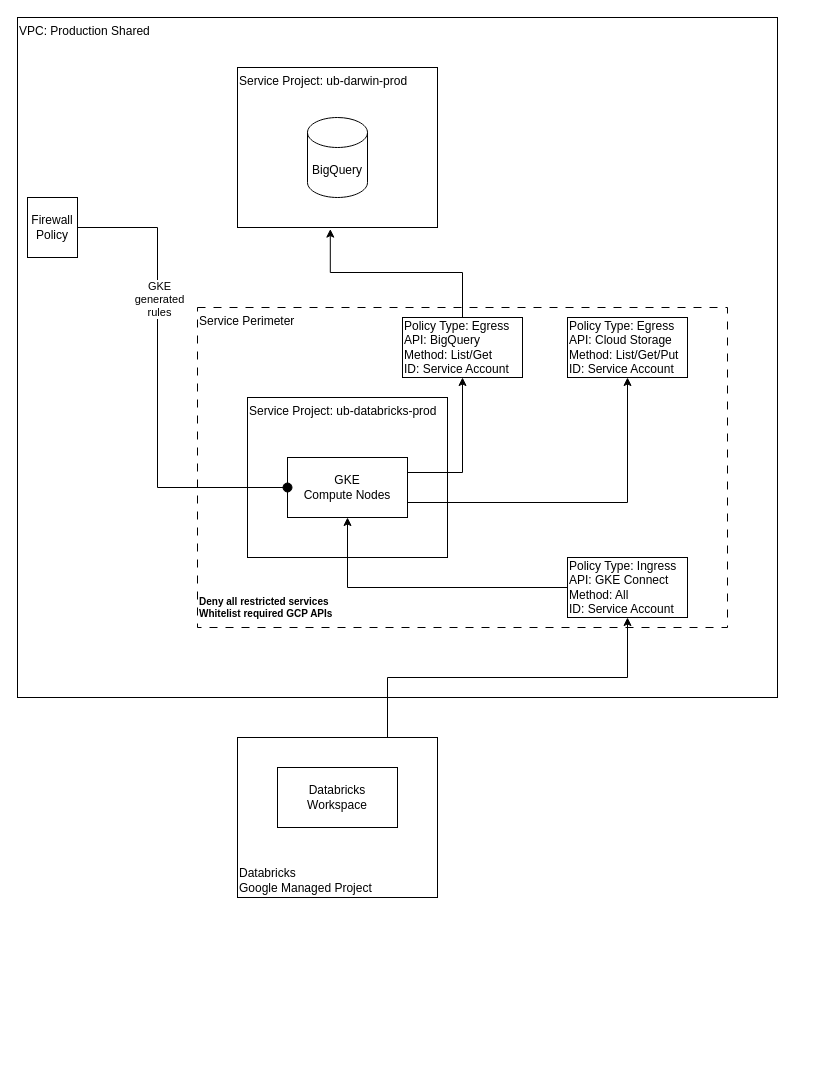
Earlier version of the draw.io diagram page "Network Security" (3 of 7) of images/databricks.drawio (bpayt2/temp). Source tidied: cells renumbered, new cells numbered last; positions are measured from the earlier drawing's top-left corner, leaving out a move shared by most shapes. Both pictures are drawn from the tidied source at 100%, with x=0, y=0 at pixel (17, 17).
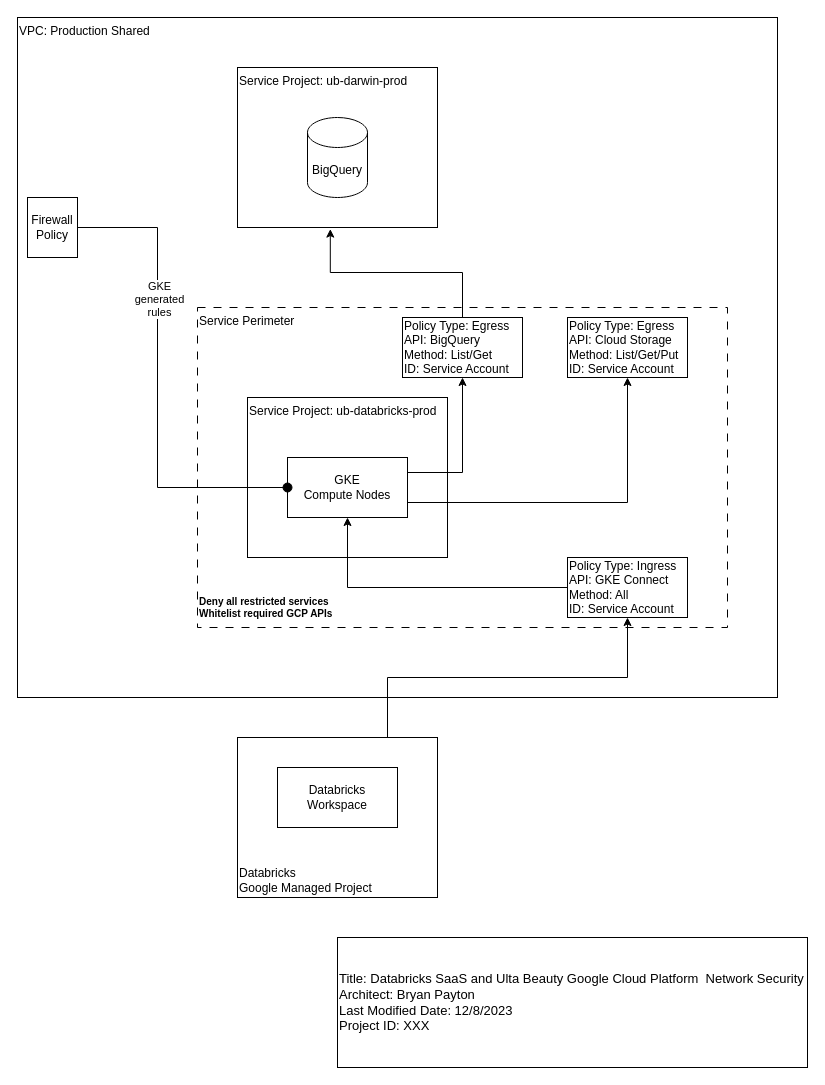
After the change.

What changed in the source:
```diff
@@
+    <mxCell id="22" value="&lt;font style=&quot;font-size: 13px;&quot;&gt;Title: Databricks SaaS and Ulta Beauty Google Cloud Platform&amp;nbsp; Network Security&lt;br&gt;Architect: Bryan Payton&lt;br&gt;Last Modified Date: 12/8/2023&lt;br&gt;Project ID: XXX&lt;/font&gt;" style="rounded=0;whiteSpace=wrap;html=1;align=left;" parent="1" vertex="1">
+      <mxGeometry x="320" y="920" width="470" height="130" as="geometry" />
+    </mxCell>
```
